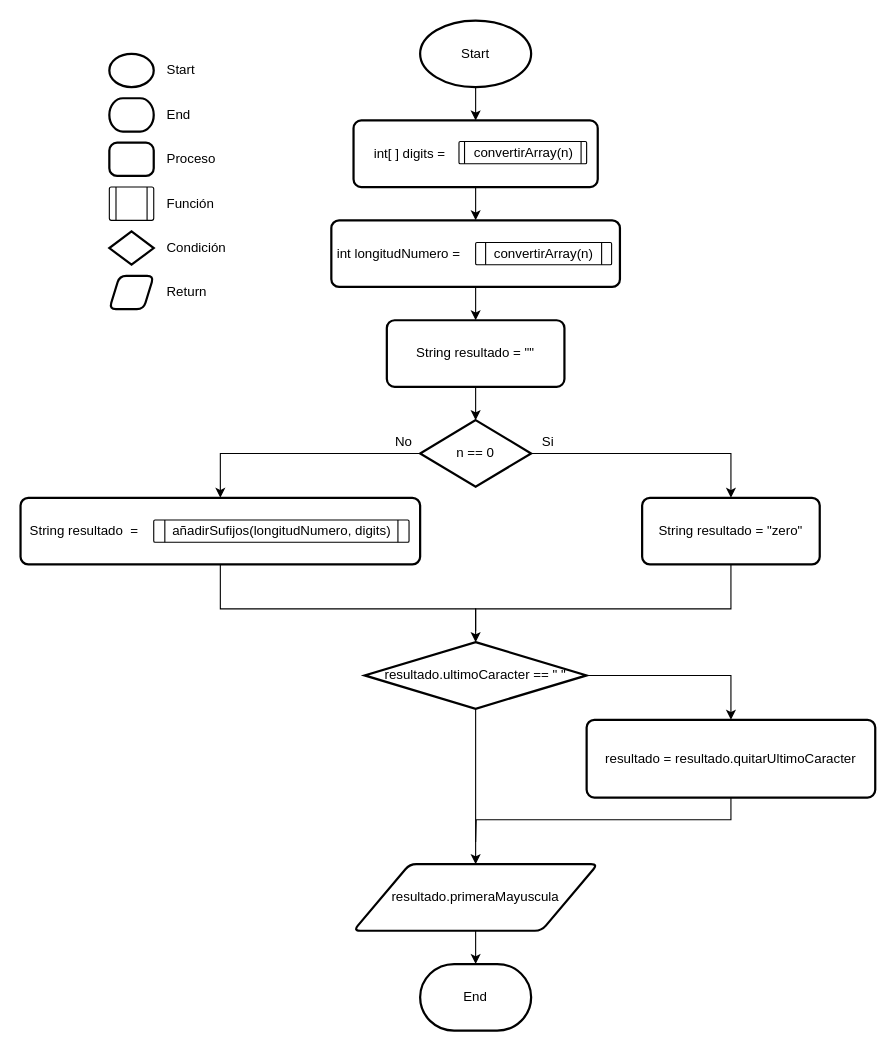
The draw.io diagram Proyectos intellij/Practica 1 - NUMBERS/Diagrama de flux - say.drawio in KyPH-Phoenix/Programacio-GS2021, before the edit. Source tidied: cells renumbered, new cells numbered last; positions are measured from the earlier drawing's top-left corner, leaving out a move shared by most shapes. Both pictures are drawn from the tidied source at 111%, with x=0, y=0 at pixel (20, 20).
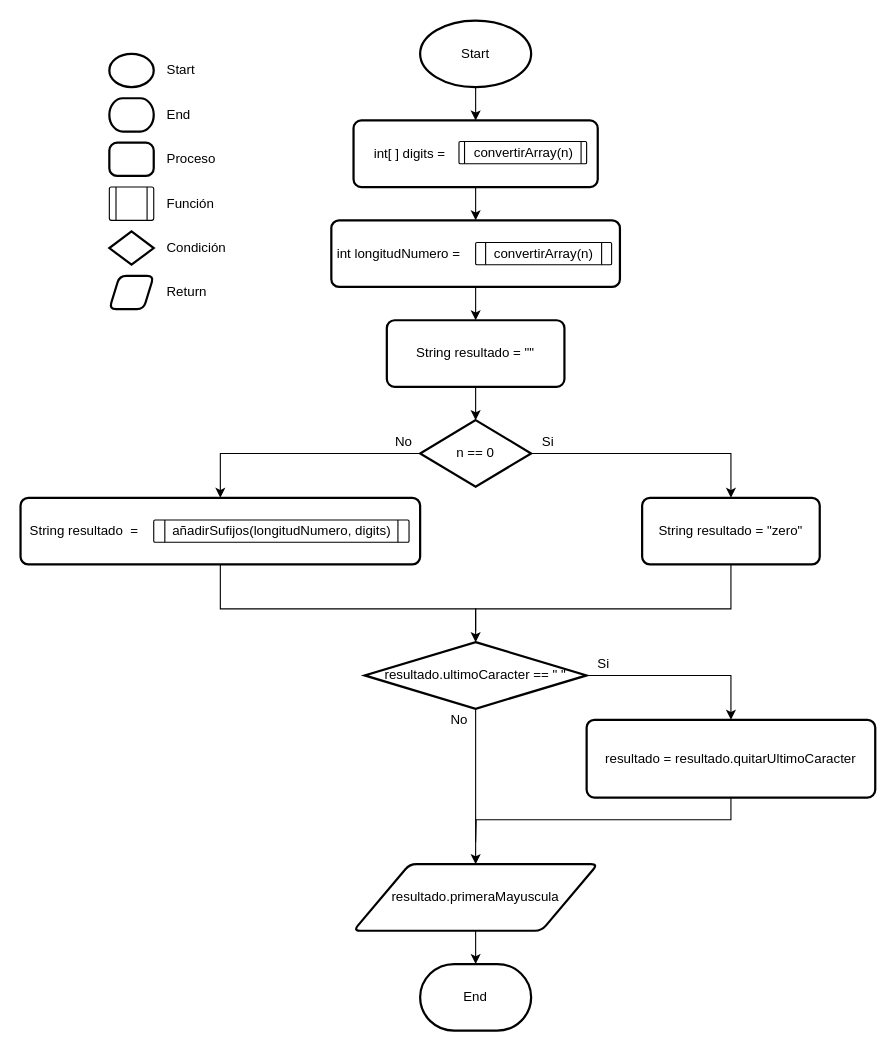
The same page after the edit.

Diff of the diagram source:
```diff
@@
+    <mxCell id="45" value="&lt;div&gt;Si&lt;/div&gt;" style="text;html=1;align=center;verticalAlign=middle;strokeColor=none;fillColor=none;" parent="1" vertex="1">
+      <mxGeometry x="510" y="570" width="30" height="20" as="geometry" />
+    </mxCell>
+    <mxCell id="46" value="&lt;div&gt;No&lt;/div&gt;" style="text;html=1;align=center;verticalAlign=middle;strokeColor=none;fillColor=none;" parent="1" vertex="1">
+      <mxGeometry x="380" y="620" width="30" height="20" as="geometry" />
+    </mxCell>
```
